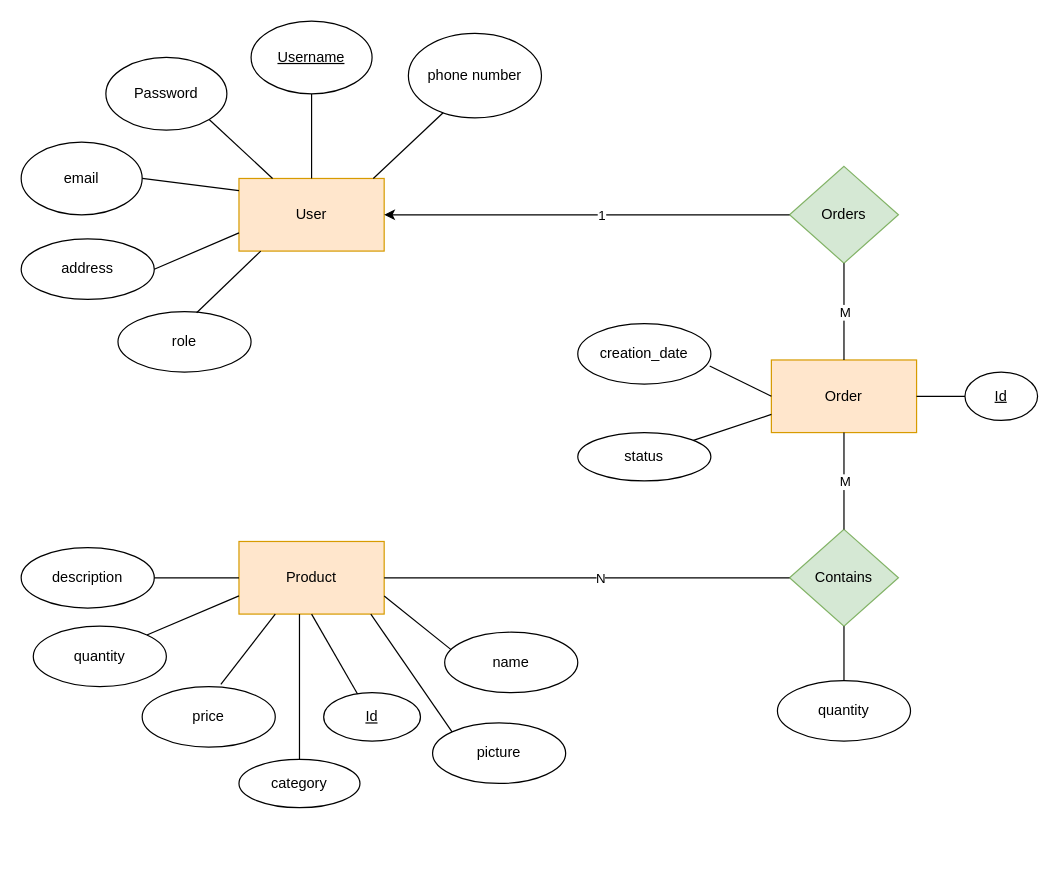
The draw.io diagram Docs/webshop-adatmodell.drawio in ETomi24/Webshop-backend, before the edit. Source tidied: cells renumbered, new cells numbered last; positions are measured from the earlier drawing's top-left corner, leaving out a move shared by most shapes. Both pictures are drawn from the tidied source at 121%, with x=0, y=0 at pixel (21, 21).
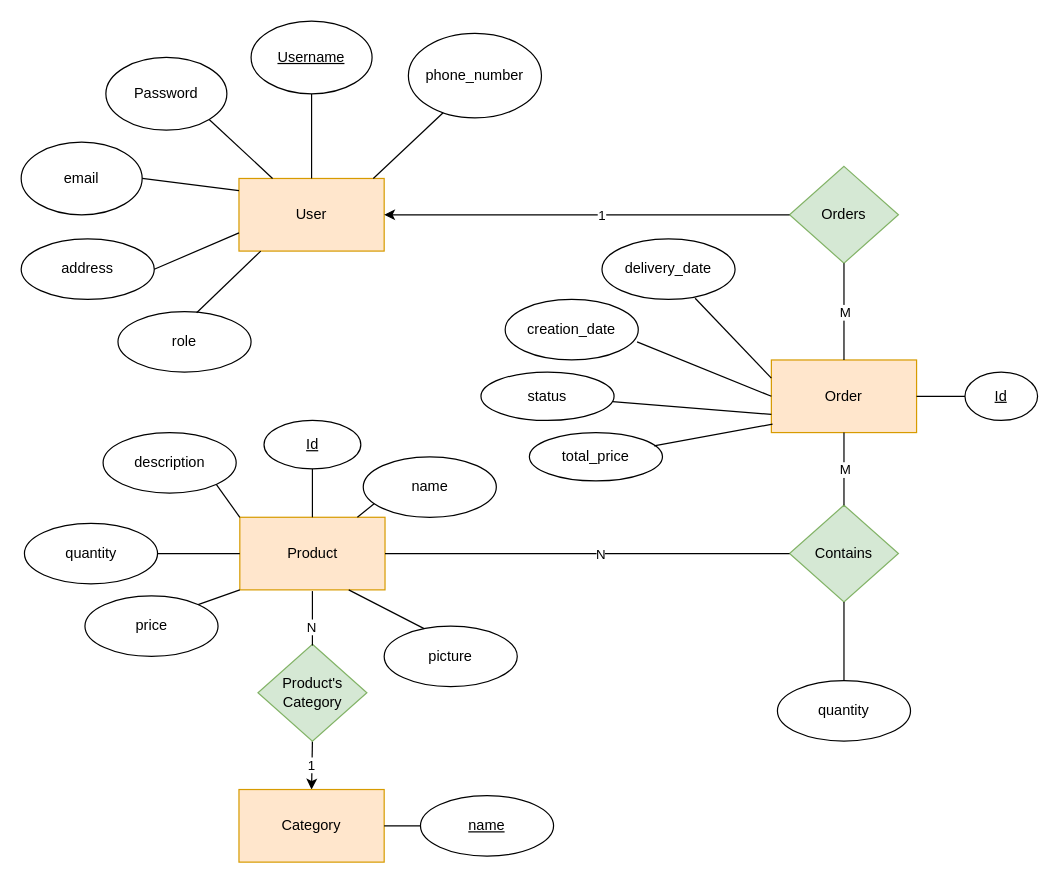
After the change.

Unchanged cells that the change refers to:
```xml
<mxCell id="16" value="Order" style="rounded=0;whiteSpace=wrap;html=1;fillColor=#ffe6cc;strokeColor=#d79b00;" parent="1" vertex="1">
  <mxGeometry x="620" y="280" width="120" height="60" as="geometry" />
</mxCell>
```

Change to the diagram source:
```diff
@@
-    <mxCell id="12" value="phone number" style="ellipse;whiteSpace=wrap;html=1;" parent="1" vertex="1">
+    <mxCell id="12" value="phone_number" style="ellipse;whiteSpace=wrap;html=1;" parent="1" vertex="1">
       <mxGeometry x="320" y="10" width="110" height="70" as="geometry" />
     </mxCell>
     <mxCell id="13" value="Product" style="rounded=0;whiteSpace=wrap;html=1;fillColor=#ffe6cc;strokeColor=#d79b00;" parent="1" vertex="1">
-      <mxGeometry x="180" y="430" width="120" height="60" as="geometry" />
+      <mxGeometry x="180.7" y="410" width="120" height="60" as="geometry" />
     </mxCell>
     <mxCell id="14" value="Id" style="ellipse;whiteSpace=wrap;html=1;fontStyle=4;" parent="1" vertex="1">
-      <mxGeometry x="250" y="555" width="80" height="40" as="geometry" />
+      <mxGeometry x="200.7" y="330" width="80" height="40" as="geometry" />
     </mxCell>
-    <mxCell id="15" style="endArrow=none;html=1;rounded=0;exitX=0.5;exitY=1;exitDx=0;exitDy=0;entryX=0.35;entryY=0.025;entryDx=0;entryDy=0;entryPerimeter=0;" parent="1" edge="1" source="13" target="14">
+    <mxCell id="15" style="endArrow=none;html=1;rounded=0;exitX=0.5;exitY=0;exitDx=0;exitDy=0;entryX=0.5;entryY=1;entryDx=0;entryDy=0;" parent="1" edge="1" source="13" target="14">
       <mxGeometry relative="1" as="geometry" />
     </mxCell>
@@
-    <mxCell id="19" style="endArrow=none;html=1;rounded=0;exitX=1;exitY=0.75;exitDx=0;exitDy=0;entryX=0.055;entryY=0.3;entryDx=0;entryDy=0;entryPerimeter=0;" parent="1" edge="1" source="13" target="20">
+    <mxCell id="19" style="endArrow=none;html=1;rounded=0;entryX=0.091;entryY=0.76;entryDx=0;entryDy=0;entryPerimeter=0;" parent="1" edge="1" source="13" target="20">
       <mxGeometry relative="1" as="geometry" />
     </mxCell>
     <mxCell id="20" value="name" style="ellipse;whiteSpace=wrap;html=1;" parent="1" vertex="1">
-      <mxGeometry x="350" y="505" width="110" height="50" as="geometry" />
+      <mxGeometry x="282.7" y="360" width="110" height="50" as="geometry" />
     </mxCell>
     <mxCell id="21" value="quantity" style="ellipse;whiteSpace=wrap;html=1;" parent="1" vertex="1">
-      <mxGeometry x="10" y="500" width="110" height="50" as="geometry" />
+      <mxGeometry x="2.7" y="415" width="110" height="50" as="geometry" />
     </mxCell>
-    <mxCell id="22" style="endArrow=none;html=1;rounded=0;exitX=1;exitY=0;exitDx=0;exitDy=0;entryX=0;entryY=0.75;entryDx=0;entryDy=0;" parent="1" edge="1" source="21" target="13">
+    <mxCell id="22" style="endArrow=none;html=1;rounded=0;exitX=1;exitY=0.5;exitDx=0;exitDy=0;entryX=0;entryY=0.5;entryDx=0;entryDy=0;" parent="1" edge="1" source="21" target="13">
       <mxGeometry relative="1" as="geometry" />
     </mxCell>
     <mxCell id="23" value="price" style="ellipse;whiteSpace=wrap;html=1;" parent="1" vertex="1">
-      <mxGeometry x="100" y="550" width="110" height="50" as="geometry" />
+      <mxGeometry x="52.7" y="475" width="110" height="50" as="geometry" />
     </mxCell>
-    <mxCell id="24" style="endArrow=none;html=1;rounded=0;exitX=0.591;exitY=-0.04;exitDx=0;exitDy=0;exitPerimeter=0;entryX=0.25;entryY=1;entryDx=0;entryDy=0;" parent="1" edge="1" source="23" target="13">
+    <mxCell id="24" style="endArrow=none;html=1;rounded=0;exitX=1;exitY=0;exitDx=0;exitDy=0;entryX=0;entryY=1;entryDx=0;entryDy=0;" parent="1" edge="1" source="23" target="13">
       <mxGeometry relative="1" as="geometry" />
     </mxCell>
-    <mxCell id="25" value="category" style="ellipse;whiteSpace=wrap;html=1;" parent="1" vertex="1">
-      <mxGeometry x="180" y="610" width="100" height="40" as="geometry" />
-    </mxCell>
-    <mxCell id="26" style="endArrow=none;html=1;rounded=0;exitX=0.5;exitY=0;exitDx=0;exitDy=0;" parent="1" edge="1" source="25">
-      <mxGeometry relative="1" as="geometry">
-        <mxPoint x="230" y="490" as="targetPoint" />
-      </mxGeometry>
+    <mxCell id="26" value="1" style="endArrow=none;html=1;rounded=0;exitX=0.5;exitY=0;exitDx=0;exitDy=0;entryX=0.5;entryY=1;entryDx=0;entryDy=0;startArrow=classic;startFill=1;" parent="1" edge="1" source="49" target="56">
+      <mxGeometry relative="1" as="geometry" />
     </mxCell>
     <mxCell id="27" value="description" style="ellipse;whiteSpace=wrap;html=1;" parent="1" vertex="1">
-      <mxGeometry y="435" width="110" height="50" as="geometry" />
+      <mxGeometry x="67.7" y="340" width="110" height="50" as="geometry" />
     </mxCell>
-    <mxCell id="28" style="endArrow=none;html=1;rounded=0;exitX=1;exitY=0.5;exitDx=0;exitDy=0;entryX=0;entryY=0.5;entryDx=0;entryDy=0;" parent="1" edge="1" source="27" target="13">
+    <mxCell id="28" style="endArrow=none;html=1;rounded=0;exitX=1;exitY=1;exitDx=0;exitDy=0;entryX=0;entryY=0;entryDx=0;entryDy=0;" parent="1" edge="1" source="27" target="13">
       <mxGeometry relative="1" as="geometry" />
     </mxCell>
     <mxCell id="29" value="picture" style="ellipse;whiteSpace=wrap;html=1;" parent="1" vertex="1">
-      <mxGeometry x="340" y="580" width="110" height="50" as="geometry" />
+      <mxGeometry x="300" y="500" width="110" height="50" as="geometry" />
     </mxCell>
-    <mxCell id="30" style="endArrow=none;html=1;rounded=0;exitX=0.908;exitY=1;exitDx=0;exitDy=0;exitPerimeter=0;entryX=0;entryY=0;entryDx=0;entryDy=0;" parent="1" edge="1" source="13" target="29">
+    <mxCell id="30" style="endArrow=none;html=1;rounded=0;exitX=0.75;exitY=1;exitDx=0;exitDy=0;entryX=0.3;entryY=0.04;entryDx=0;entryDy=0;entryPerimeter=0;" parent="1" edge="1" source="13" target="29">
       <mxGeometry relative="1" as="geometry" />
     </mxCell>
@@
     <mxCell id="36" value="Contains" style="rhombus;whiteSpace=wrap;html=1;fillColor=#d5e8d4;strokeColor=#82b366;rotation=0;" parent="1" vertex="1">
-      <mxGeometry x="635" y="420" width="90" height="80" as="geometry" />
+      <mxGeometry x="635" y="400" width="90" height="80" as="geometry" />
     </mxCell>
@@
     <mxCell id="43" value="creation_date" style="ellipse;whiteSpace=wrap;html=1;" parent="1" vertex="1">
-      <mxGeometry x="460" y="250" width="110" height="50" as="geometry" />
+      <mxGeometry x="400" y="230" width="110" height="50" as="geometry" />
     </mxCell>
@@
     <mxCell id="45" value="status" style="ellipse;whiteSpace=wrap;html=1;" parent="1" vertex="1">
-      <mxGeometry x="460" y="340" width="110" height="40" as="geometry" />
+      <mxGeometry x="380" y="290" width="110" height="40" as="geometry" />
     </mxCell>
@@
+    <mxCell id="49" value="Category" style="rounded=0;whiteSpace=wrap;html=1;fillColor=#ffe6cc;strokeColor=#d79b00;" parent="1" vertex="1">
+      <mxGeometry x="180" y="635" width="120" height="60" as="geometry" />
+    </mxCell>
+    <mxCell id="50" value="delivery_date" style="ellipse;whiteSpace=wrap;html=1;" parent="1" vertex="1">
+      <mxGeometry x="480" y="180" width="110" height="50" as="geometry" />
+    </mxCell>
+    <mxCell id="51" style="endArrow=none;html=1;rounded=0;exitX=0.7;exitY=0.98;exitDx=0;exitDy=0;entryX=0;entryY=0.25;entryDx=0;entryDy=0;exitPerimeter=0;" parent="1" edge="1" source="50" target="16">
+      <mxGeometry relative="1" as="geometry" />
+    </mxCell>
+    <mxCell id="52" value="total_price" style="ellipse;whiteSpace=wrap;html=1;" parent="1" vertex="1">
+      <mxGeometry x="420" y="340" width="110" height="40" as="geometry" />
+    </mxCell>
+    <mxCell id="53" style="endArrow=none;html=1;rounded=0;exitX=0.008;exitY=0.883;exitDx=0;exitDy=0;entryX=0.936;entryY=0.275;entryDx=0;entryDy=0;entryPerimeter=0;exitPerimeter=0;" parent="1" edge="1" source="16" target="52">
+      <mxGeometry relative="1" as="geometry" />
+    </mxCell>
+    <mxCell id="54" value="&lt;u&gt;name&lt;/u&gt;" style="ellipse;whiteSpace=wrap;html=1;" parent="1" vertex="1">
+      <mxGeometry x="330" y="640" width="110" height="50" as="geometry" />
+    </mxCell>
+    <mxCell id="55" style="endArrow=none;html=1;rounded=0;exitX=1;exitY=0.5;exitDx=0;exitDy=0;entryX=0;entryY=0.5;entryDx=0;entryDy=0;" parent="1" edge="1" source="49" target="54">
+      <mxGeometry relative="1" as="geometry" />
+    </mxCell>
+    <mxCell id="56" value="Product's Category" style="rhombus;whiteSpace=wrap;html=1;fillColor=#d5e8d4;strokeColor=#82b366;rotation=0;" parent="1" vertex="1">
+      <mxGeometry x="195.7" y="515" width="90" height="80" as="geometry" />
+    </mxCell>
+    <mxCell id="57" style="endArrow=none;html=1;rounded=0;exitX=0.5;exitY=0;exitDx=0;exitDy=0;entryX=0.5;entryY=1;entryDx=0;entryDy=0;" parent="1" edge="1">
+      <mxGeometry relative="1" as="geometry">
+        <mxPoint x="240.7" y="516" as="sourcePoint" />
+        <mxPoint x="240.7" y="471" as="targetPoint" />
+      </mxGeometry>
+    </mxCell>
+    <mxCell id="58" value="N" style="edgeLabel;html=1;align=center;verticalAlign=middle;" parent="57" vertex="1">
+      <mxGeometry x="-0.28" y="1" relative="1" as="geometry" />
+    </mxCell>
```
